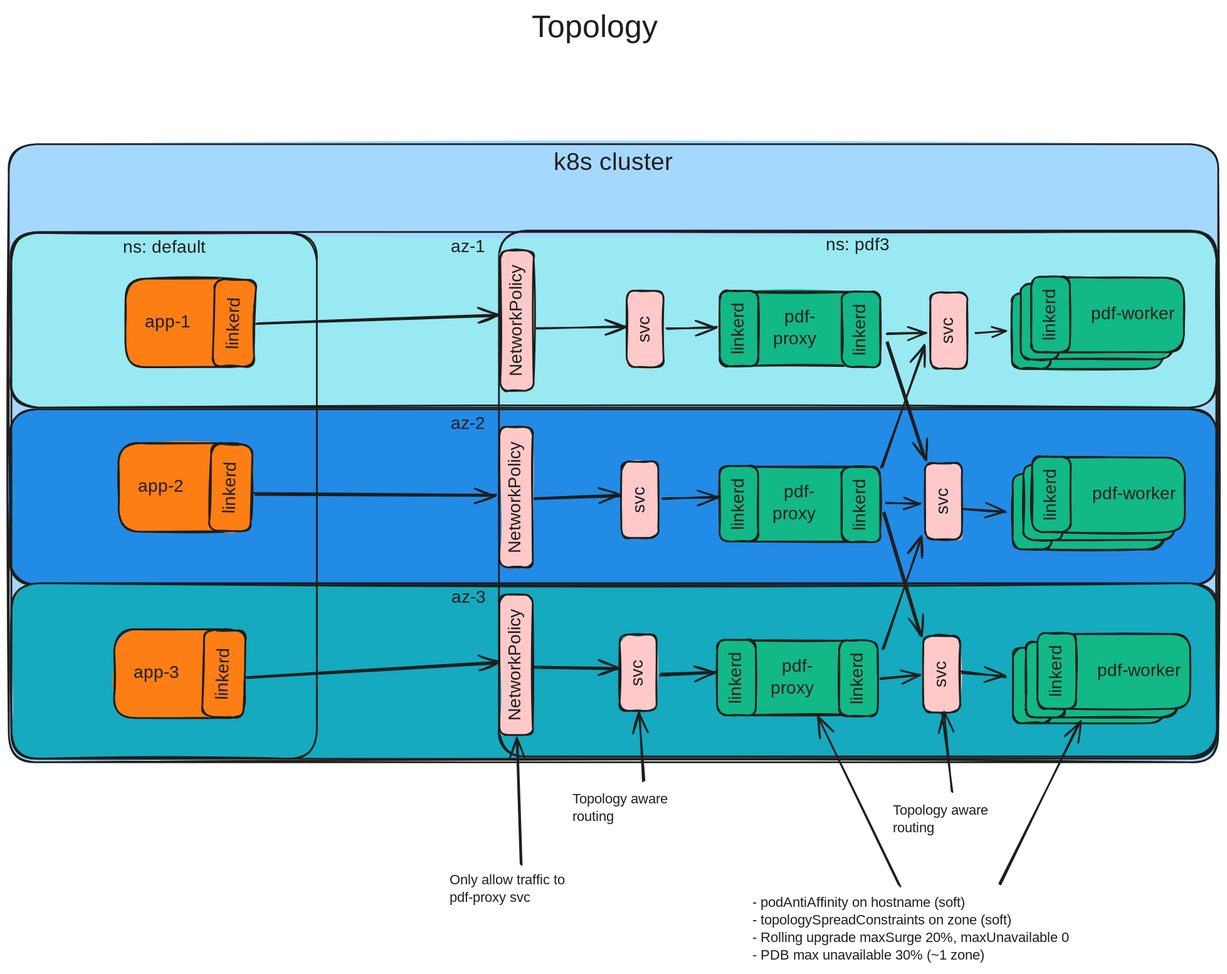
Before: src/Runtime/pdf3/docs/topology.excalidraw.svg, a diagram exported from Excalidraw (Altinn/altinn-studio). Source tidied: one line per element, renumbered; positions are measured from the earlier drawing's top-left corner, leaving out a move shared by most shapes.
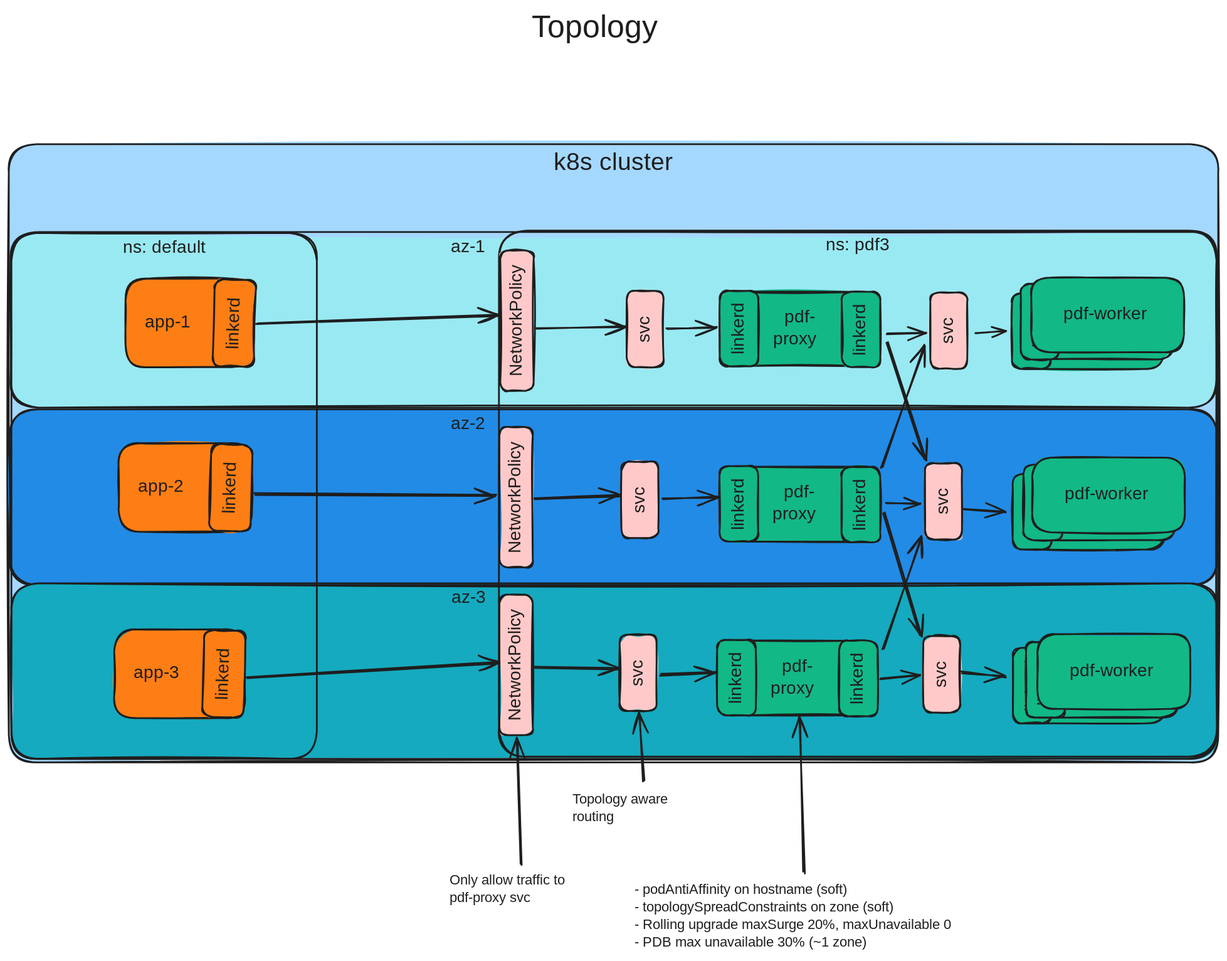
Later version of the same file.

Commit message:
pin testserver css version, circumvent go test cache, update diagram

What changed in the source:
```diff
@@ -62,25 +62,19 @@
 {"id": 61, "type": "rectangle", "strokeColor": "#1e1e1e", "angle": 4.71, "backgroundColor": "#12b886", "fillStyle": "solid", "strokeWidth": 2, "roughness": 1, "round": true, "x": 1138, "y": 742, "width": 86, "height": 44}
 {"id": 62, "type": "text", "text": "linkerd", "strokeColor": "#1e1e1e", "angle": 4.71, "backgroundColor": "#12b886", "fillStyle": "solid", "strokeWidth": 2, "roughness": 1, "fontSize": 20, "fontFamily": 5, "textAlign": "center", "verticalAlign": "middle", "inside": 61, "x": 1150, "y": 752, "width": 62, "height": 25}
 {"id": 63, "type": "rectangle", "strokeColor": "#1e1e1e", "backgroundColor": "#12b886", "fillStyle": "solid", "strokeWidth": 2, "roughness": 1, "round": true, "x": 1172, "y": 712, "width": 174, "height": 85}
-{"id": 64, "type": "text", "text": "pdf-worker ", "strokeColor": "#1e1e1e", "backgroundColor": "#be4bdb", "fillStyle": "solid", "strokeWidth": 2, "roughness": 1, "fontSize": 20, "fontFamily": 5, "textAlign": "right", "verticalAlign": "middle", "inside": 63, "x": 1228, "y": 742, "width": 113, "height": 25}
+{"id": 64, "type": "text", "text": "pdf-worker ", "strokeColor": "#1e1e1e", "backgroundColor": "#be4bdb", "fillStyle": "solid", "strokeWidth": 2, "roughness": 1, "fontSize": 20, "fontFamily": 5, "textAlign": "center", "verticalAlign": "middle", "inside": 63, "x": 1203, "y": 742, "width": 113, "height": 25}
-{"id": 65, "type": "rectangle", "strokeColor": "#1e1e1e", "angle": 4.71, "backgroundColor": "#12b886", "fillStyle": "solid", "strokeWidth": 2, "roughness": 1, "round": true, "x": 1151, "y": 732, "width": 86, "height": 44}
-{"id": 66, "type": "text", "text": "linkerd", "strokeColor": "#1e1e1e", "angle": 4.71, "backgroundColor": "#12b886", "fillStyle": "solid", "strokeWidth": 2, "roughness": 1, "fontSize": 20, "fontFamily": 5, "textAlign": "center", "verticalAlign": "middle", "inside": 65, "x": 1163, "y": 742, "width": 62, "height": 25}
 {"id": 67, "type": "rectangle", "strokeColor": "#1e1e1e", "backgroundColor": "#12b886", "fillStyle": "solid", "strokeWidth": 2, "roughness": 1, "round": true, "x": 1156, "y": 520, "width": 174, "height": 85}
 {"id": 68, "type": "text", "text": "pdf-worker ", "strokeColor": "#1e1e1e", "backgroundColor": "#be4bdb", "fillStyle": "solid", "strokeWidth": 2, "roughness": 1, "fontSize": 20, "fontFamily": 5, "textAlign": "right", "verticalAlign": "middle", "inside": 67, "x": 1212, "y": 550, "width": 113, "height": 25}
 {"id": 69, "type": "rectangle", "strokeColor": "#1e1e1e", "angle": 4.71, "backgroundColor": "#12b886", "fillStyle": "solid", "strokeWidth": 2, "roughness": 1, "round": true, "x": 1135, "y": 540, "width": 86, "height": 44}
 {"id": 70, "type": "text", "text": "linkerd", "strokeColor": "#1e1e1e", "angle": 4.71, "backgroundColor": "#12b886", "fillStyle": "solid", "strokeWidth": 2, "roughness": 1, "fontSize": 20, "fontFamily": 5, "textAlign": "center", "verticalAlign": "middle", "inside": 69, "x": 1147, "y": 550, "width": 62, "height": 25}
 {"id": 71, "type": "rectangle", "strokeColor": "#1e1e1e", "backgroundColor": "#12b886", "fillStyle": "solid", "strokeWidth": 2, "roughness": 1, "round": true, "x": 1166, "y": 511, "width": 174, "height": 85}
-{"id": 72, "type": "text", "text": "pdf-worker ", "strokeColor": "#1e1e1e", "backgroundColor": "#be4bdb", "fillStyle": "solid", "strokeWidth": 2, "roughness": 1, "fontSize": 20, "fontFamily": 5, "textAlign": "right", "verticalAlign": "middle", "inside": 71, "x": 1222, "y": 541, "width": 113, "height": 25}
+{"id": 72, "type": "text", "text": "pdf-worker ", "strokeColor": "#1e1e1e", "backgroundColor": "#be4bdb", "fillStyle": "solid", "strokeWidth": 2, "roughness": 1, "fontSize": 20, "fontFamily": 5, "textAlign": "center", "verticalAlign": "middle", "inside": 71, "x": 1197, "y": 541, "width": 113, "height": 25}
-{"id": 73, "type": "rectangle", "strokeColor": "#1e1e1e", "angle": 4.71, "backgroundColor": "#12b886", "fillStyle": "solid", "strokeWidth": 2, "roughness": 1, "round": true, "x": 1145, "y": 531, "width": 86, "height": 44}
-{"id": 74, "type": "text", "text": "linkerd", "strokeColor": "#1e1e1e", "angle": 4.71, "backgroundColor": "#12b886", "fillStyle": "solid", "strokeWidth": 2, "roughness": 1, "fontSize": 20, "fontFamily": 5, "textAlign": "center", "verticalAlign": "middle", "inside": 73, "x": 1157, "y": 540, "width": 62, "height": 25}
 {"id": 75, "type": "rectangle", "strokeColor": "#1e1e1e", "backgroundColor": "#12b886", "fillStyle": "solid", "strokeWidth": 2, "roughness": 1, "round": true, "x": 1153, "y": 314, "width": 174, "height": 85}
 {"id": 76, "type": "text", "text": "pdf-worker ", "strokeColor": "#1e1e1e", "backgroundColor": "#be4bdb", "fillStyle": "solid", "strokeWidth": 2, "roughness": 1, "fontSize": 20, "fontFamily": 5, "textAlign": "right", "verticalAlign": "middle", "inside": 75, "x": 1209, "y": 344, "width": 113, "height": 25}
 {"id": 77, "type": "rectangle", "strokeColor": "#1e1e1e", "angle": 4.71, "backgroundColor": "#12b886", "fillStyle": "solid", "strokeWidth": 2, "roughness": 1, "round": true, "x": 1132, "y": 334, "width": 86, "height": 44}
 {"id": 78, "type": "text", "text": "linkerd", "strokeColor": "#1e1e1e", "angle": 4.71, "backgroundColor": "#12b886", "fillStyle": "solid", "strokeWidth": 2, "roughness": 1, "fontSize": 20, "fontFamily": 5, "textAlign": "center", "verticalAlign": "middle", "inside": 77, "x": 1144, "y": 344, "width": 62, "height": 25}
 {"id": 79, "type": "rectangle", "strokeColor": "#1e1e1e", "backgroundColor": "#12b886", "fillStyle": "solid", "strokeWidth": 2, "roughness": 1, "round": true, "x": 1165, "y": 306, "width": 174, "height": 85}
-{"id": 80, "type": "text", "text": "pdf-worker ", "strokeColor": "#1e1e1e", "backgroundColor": "#be4bdb", "fillStyle": "solid", "strokeWidth": 2, "roughness": 1, "fontSize": 20, "fontFamily": 5, "textAlign": "right", "verticalAlign": "middle", "inside": 79, "x": 1221, "y": 336, "width": 113, "height": 25}
+{"id": 80, "type": "text", "text": "pdf-worker ", "strokeColor": "#1e1e1e", "backgroundColor": "#be4bdb", "fillStyle": "solid", "strokeWidth": 2, "roughness": 1, "fontSize": 20, "fontFamily": 5, "textAlign": "center", "verticalAlign": "middle", "inside": 79, "x": 1196, "y": 336, "width": 113, "height": 25}
-{"id": 81, "type": "rectangle", "strokeColor": "#1e1e1e", "angle": 4.71, "backgroundColor": "#12b886", "fillStyle": "solid", "strokeWidth": 2, "roughness": 1, "round": true, "x": 1144, "y": 326, "width": 86, "height": 44}
-{"id": 82, "type": "text", "text": "linkerd", "strokeColor": "#1e1e1e", "angle": 4.71, "backgroundColor": "#12b886", "fillStyle": "solid", "strokeWidth": 2, "roughness": 1, "fontSize": 20, "fontFamily": 5, "textAlign": "center", "verticalAlign": "middle", "inside": 81, "x": 1156, "y": 336, "width": 62, "height": 25}
 {"id": 83, "type": "rectangle", "strokeColor": "#1e1e1e", "angle": 4.71, "backgroundColor": "#ffc9c9", "fillStyle": "solid", "strokeWidth": 2, "roughness": 1, "round": true, "x": 682, "y": 344, "width": 87, "height": 42}
 {"id": 84, "type": "text", "text": "svc", "strokeColor": "#1e1e1e", "angle": 4.71, "backgroundColor": "#ffc9c9", "fillStyle": "solid", "strokeWidth": 2, "roughness": 1, "fontSize": 20, "fontFamily": 5, "textAlign": "center", "verticalAlign": "middle", "inside": 83, "x": 709, "y": 352, "width": 31, "height": 25}
 {"id": 85, "type": "rectangle", "strokeColor": "#1e1e1e", "angle": 4.71, "backgroundColor": "#ffc9c9", "fillStyle": "solid", "strokeWidth": 2, "roughness": 1, "round": true, "x": 676, "y": 538, "width": 87, "height": 42}
@@ -102,9 +96,8 @@
 {"id": 101, "type": "arrow", "strokeColor": "#1e1e1e", "backgroundColor": "#ffc9c9", "fillStyle": "solid", "strokeWidth": 2, "roughness": 1, "endArrowhead": "arrow", "round": true, "from": 100, "to": 91, "x": 584, "y": 975, "width": 4, "height": 144, "points": [[0, 0], [-4, -144]]}
 {"id": 102, "type": "text", "text": "Topology aware\nrouting", "strokeColor": "#1e1e1e", "backgroundColor": "#ffc9c9", "fillStyle": "solid", "strokeWidth": 2, "roughness": 1, "fontSize": 16, "fontFamily": 5, "x": 642, "y": 891, "width": 157, "height": 40}
 {"id": 103, "type": "arrow", "strokeColor": "#1e1e1e", "backgroundColor": "#ffc9c9", "fillStyle": "solid", "strokeWidth": 2, "roughness": 1, "endArrowhead": "arrow", "round": true, "from": 102, "to": 87, "x": 723, "y": 880, "width": 5, "height": 77, "points": [[0, 0], [-5, -77]]}
-{"id": 104, "type": "text", "text": "- podAntiAffinity on hostname (soft)\n- topologySpreadConstraints on zone (soft)\n- Rolling upgrade maxSurge 20%, maxUnavailable 0\n- PDB max unavailable 30% (~1 zone)", "strokeColor": "#1e1e1e", "backgroundColor": "#ffc9c9", "fillStyle": "solid", "strokeWidth": 2, "roughness": 1, "fontSize": 16, "fontFamily": 5, "x": 847, "y": 1009, "width": 421, "height": 80}
+{"id": 104, "type": "text", "text": "- podAntiAffinity on hostname (soft)\n- topologySpreadConstraints on zone (soft)\n- Rolling upgrade maxSurge 20%, maxUnavailable 0\n- PDB max unavailable 30% (~1 zone)", "strokeColor": "#1e1e1e", "backgroundColor": "#ffc9c9", "fillStyle": "solid", "strokeWidth": 2, "roughness": 1, "fontSize": 16, "fontFamily": 5, "x": 713, "y": 994, "width": 421, "height": 80}
-{"id": 105, "type": "arrow", "strokeColor": "#1e1e1e", "backgroundColor": "#ffc9c9", "fillStyle": "solid", "strokeWidth": 2, "roughness": 1, "endArrowhead": "arrow", "round": true, "from": 104, "to": 48, "x": 1014, "y": 998, "width": 91, "height": 191, "points": [[0, 0], [-91, -191]]}
+{"id": 105, "type": "arrow", "strokeColor": "#1e1e1e", "backgroundColor": "#ffc9c9", "fillStyle": "solid", "strokeWidth": 2, "roughness": 1, "endArrowhead": "arrow", "round": true, "from": 104, "to": 48, "x": 905, "y": 983, "width": 3, "height": 176, "points": [[0, 0], [-3, -176]]}
-{"id": 106, "type": "arrow", "strokeColor": "#1e1e1e", "backgroundColor": "#ffc9c9", "fillStyle": "solid", "strokeWidth": 2, "roughness": 1, "endArrowhead": "arrow", "round": true, "from": 104, "to": 59, "x": 1130, "y": 997, "width": 90, "height": 184, "points": [[0, 0], [90, -184]]}
 {"id": 107, "type": "rectangle", "strokeColor": "#1e1e1e", "angle": 4.71, "backgroundColor": "#ffc9c9", "fillStyle": "solid", "strokeWidth": 2, "roughness": 1, "round": true, "x": 1028, "y": 345, "width": 87, "height": 42}
 {"id": 108, "type": "text", "text": "svc", "strokeColor": "#1e1e1e", "angle": 4.71, "backgroundColor": "#ffc9c9", "fillStyle": "solid", "strokeWidth": 2, "roughness": 1, "fontSize": 20, "fontFamily": 5, "textAlign": "center", "verticalAlign": "middle", "inside": 107, "x": 1055, "y": 354, "width": 31, "height": 25}
 {"id": 109, "type": "rectangle", "strokeColor": "#1e1e1e", "angle": 4.71, "backgroundColor": "#ffc9c9", "fillStyle": "solid", "strokeWidth": 2, "roughness": 1, "round": true, "x": 1022, "y": 540, "width": 87, "height": 42}
@@ -117,8 +110,6 @@
 {"id": 116, "type": "arrow", "strokeColor": "#1e1e1e", "backgroundColor": "#ffc9c9", "fillStyle": "solid", "strokeWidth": 2, "roughness": 1, "endArrowhead": "arrow", "round": true, "from": 111, "to": 56, "x": 1085, "y": 755, "width": 51, "height": 6, "points": [[0, 0], [51, 6]]}
 {"id": 117, "type": "arrow", "strokeColor": "#1e1e1e", "backgroundColor": "#ffc9c9", "fillStyle": "solid", "strokeWidth": 2, "roughness": 1, "endArrowhead": "arrow", "round": true, "from": 109, "to": 67, "x": 1088, "y": 570, "width": 48, "height": 3, "points": [[0, 0], [48, 3]]}
 {"id": 118, "type": "arrow", "strokeColor": "#1e1e1e", "backgroundColor": "#ffc9c9", "fillStyle": "solid", "strokeWidth": 2, "roughness": 1, "endArrowhead": "arrow", "round": true, "from": 107, "to": 75, "x": 1102, "y": 369, "width": 34, "height": 2, "points": [[0, 0], [34, -2]]}
-{"id": 119, "type": "text", "text": "Topology aware\nrouting", "strokeColor": "#1e1e1e", "backgroundColor": "#ffc9c9", "fillStyle": "solid", "strokeWidth": 2, "roughness": 1, "fontSize": 16, "fontFamily": 5, "x": 1008, "y": 904, "width": 132, "height": 40}
-{"id": 120, "type": "arrow", "strokeColor": "#1e1e1e", "backgroundColor": "#ffc9c9", "fillStyle": "solid", "strokeWidth": 2, "roughness": 1, "endArrowhead": "arrow", "round": true, "from": 119, "to": 111, "x": 1074, "y": 892, "width": 10, "height": 90, "points": [[0, 0], [-10, -90]]}
 {"id": 121, "type": "arrow", "strokeColor": "#1e1e1e", "strokeWidth": 2, "roughness": 1, "endArrowhead": "arrow", "round": true, "from": 41, "to": 111, "x": 997, "y": 574, "width": 42, "height": 139, "points": [[0, 0], [42, 139]]}
 {"id": 122, "type": "arrow", "strokeColor": "#1e1e1e", "strokeWidth": 2, "roughness": 1, "endArrowhead": "arrow", "round": true, "from": 41, "to": 107, "x": 994, "y": 522, "width": 50, "height": 139, "points": [[0, 0], [50, -139]]}
 {"id": 123, "type": "arrow", "strokeColor": "#1e1e1e", "strokeWidth": 2, "roughness": 1, "endArrowhead": "arrow", "round": true, "from": 29, "to": 109, "x": 1001, "y": 380, "width": 43, "height": 133, "points": [[0, 0], [43, 133]]}
```
